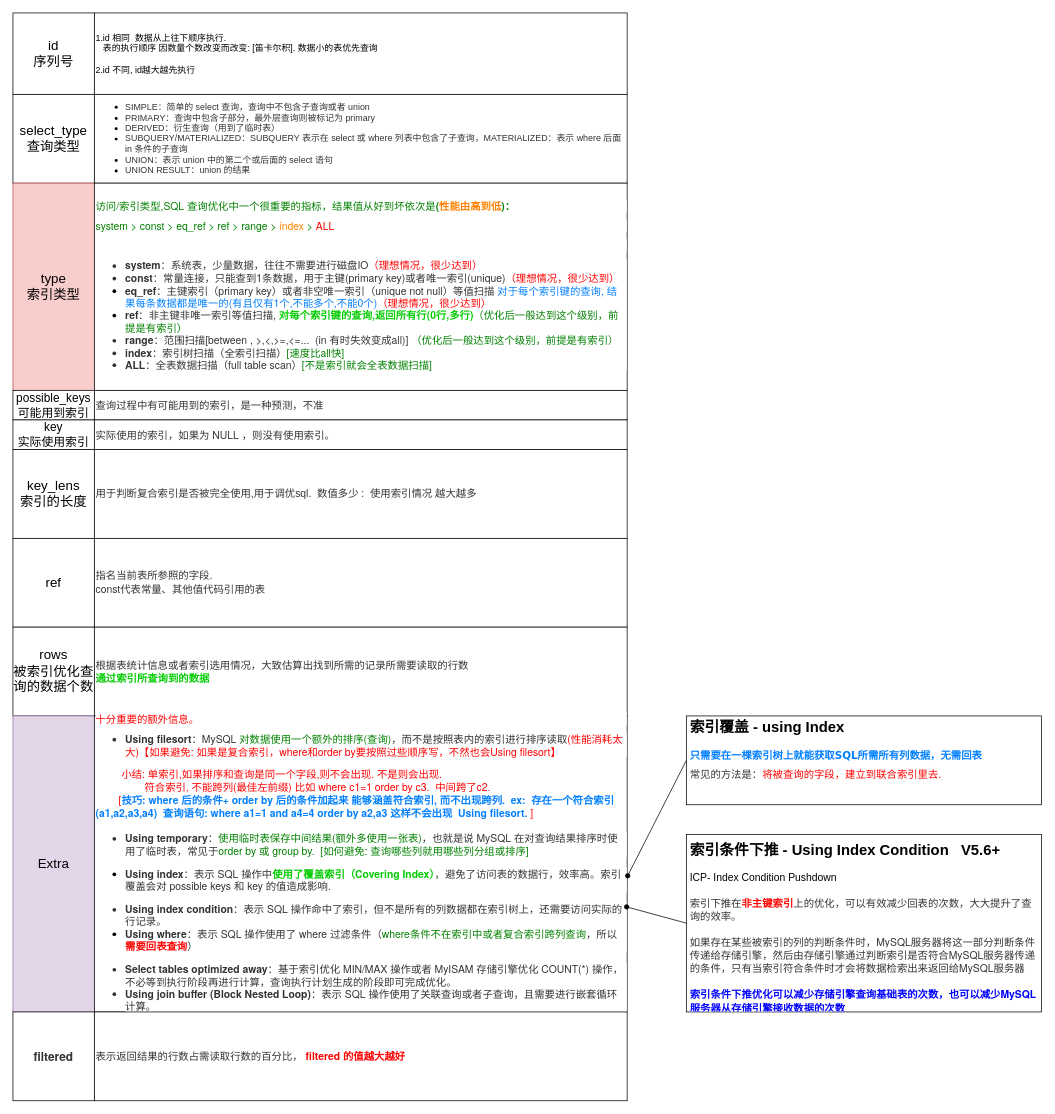
bayern01kahn/Tech_Diagrams keeps this draw.io diagram as page "执行计划" (4 of 5) of Mysql.drawio. Above is the earlier version. Source tidied: cells renumbered, new cells numbered last; positions are measured from the earlier drawing's top-left corner, leaving out a move shared by most shapes. Both pictures are drawn from the tidied source at 74%, with x=0, y=0 at pixel (13, 13).
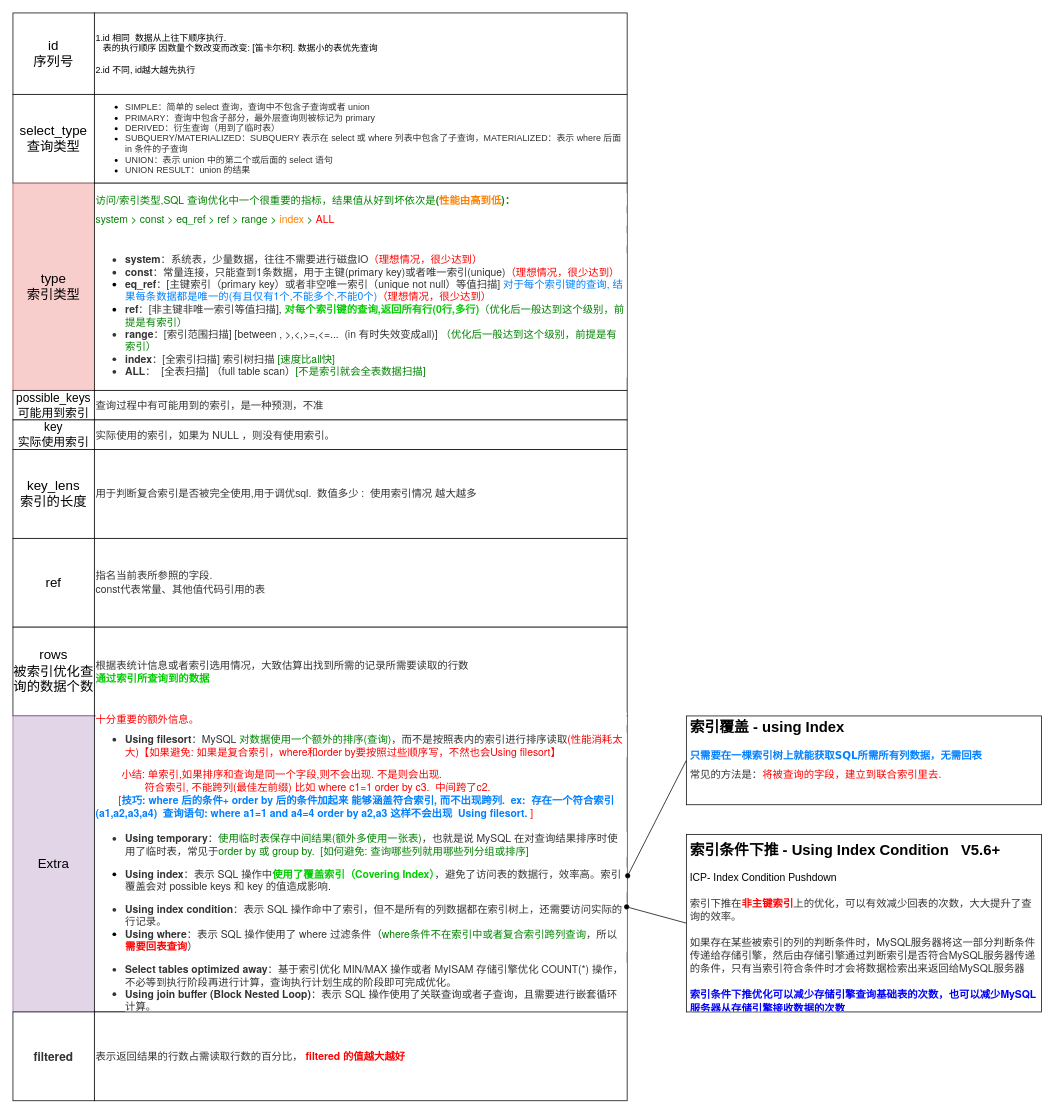
Above is the later version.

Diff of the diagram source:
```diff
@@
-    <mxCell id="7" value="&lt;div style=&quot;font-size: 14px&quot;&gt;&lt;p style=&quot;margin: 10px auto ; padding: 0px ; font-family: &amp;#34;pingfang sc&amp;#34; , &amp;#34;microsoft yahei&amp;#34; , &amp;#34;helvetica neue&amp;#34; , &amp;#34;helvetica&amp;#34; , &amp;#34;arial&amp;#34; , sans-serif ; background-color: rgb(255 , 255 , 255)&quot;&gt;&lt;span style=&quot;margin: 0px ; padding: 0px&quot;&gt;&lt;font color=&quot;#008000&quot;&gt;访问/索引类型,SQL 查询优化中一个很重要的指标，结果值从好到坏依次是&lt;/font&gt;&lt;strong style=&quot;margin: 0px ; padding: 0px&quot;&gt;&lt;font color=&quot;#008000&quot;&gt;(&lt;/font&gt;&lt;font color=&quot;#ff8000&quot;&gt;性能由高到低&lt;/font&gt;&lt;font color=&quot;#008000&quot;&gt;)：&lt;/font&gt;&lt;/strong&gt;&lt;/span&gt;&lt;/p&gt;&lt;p style=&quot;margin: 10px auto ; padding: 0px ; font-family: &amp;#34;pingfang sc&amp;#34; , &amp;#34;microsoft yahei&amp;#34; , &amp;#34;helvetica neue&amp;#34; , &amp;#34;helvetica&amp;#34; , &amp;#34;arial&amp;#34; , sans-serif ; background-color: rgb(255 , 255 , 255)&quot;&gt;&lt;span style=&quot;color: rgb(0 , 128 , 0) ; margin: 0px ; padding: 0px&quot;&gt;system &amp;gt; const &amp;gt; eq_ref &amp;gt; ref &amp;gt; range &amp;gt; &lt;/span&gt;&lt;span style=&quot;margin: 0px ; padding: 0px&quot;&gt;&lt;font color=&quot;#ff8000&quot;&gt;index&lt;/font&gt;&lt;/span&gt;&lt;span style=&quot;color: rgb(0 , 128 , 0) ; margin: 0px ; padding: 0px&quot;&gt; &amp;gt; &lt;/span&gt;&lt;span style=&quot;margin: 0px ; padding: 0px&quot;&gt;&lt;font color=&quot;#ff0000&quot;&gt;ALL&lt;/font&gt;&lt;/span&gt;&lt;/p&gt;&lt;p style=&quot;margin: 10px auto ; padding: 0px ; color: rgb(51 , 51 , 51) ; font-family: &amp;#34;pingfang sc&amp;#34; , &amp;#34;microsoft yahei&amp;#34; , &amp;#34;helvetica neue&amp;#34; , &amp;#34;helvetica&amp;#34; , &amp;#34;arial&amp;#34; , sans-serif ; background-color: rgb(255 , 255 , 255)&quot;&gt;&lt;span style=&quot;margin: 0px ; padding: 0px ; color: rgb(0 , 128 , 0)&quot;&gt;&lt;br&gt;&lt;/span&gt;&lt;/p&gt;&lt;ul style=&quot;margin: 0px 0px 1em 40px ; padding: 0px ; font-family: &amp;#34;pingfang sc&amp;#34; , &amp;#34;microsoft yahei&amp;#34; , &amp;#34;helvetica neue&amp;#34; , &amp;#34;helvetica&amp;#34; , &amp;#34;arial&amp;#34; , sans-serif ; background-color: rgb(255 , 255 , 255)&quot;&gt;&lt;li style=&quot;color: rgb(51 , 51 , 51) ; margin: 0px ; padding: 0px ; list-style-type: disc&quot;&gt;&lt;strong style=&quot;margin: 0px ; padding: 0px&quot;&gt;system&lt;/strong&gt;：系统表，少量数据，往往不需要进行磁盘IO&lt;span style=&quot;margin: 0px ; padding: 0px ; color: rgb(255 , 0 , 0)&quot;&gt;（理想情况，很少达到）&lt;/span&gt;&lt;/li&gt;&lt;li style=&quot;color: rgb(51 , 51 , 51) ; margin: 0px ; padding: 0px ; list-style-type: disc&quot;&gt;&lt;strong style=&quot;margin: 0px ; padding: 0px&quot;&gt;const&lt;/strong&gt;：常量连接，只能查到1条数据，用于主键(primary key)或者唯一索引(unique)&lt;span style=&quot;margin: 0px ; padding: 0px ; color: rgb(255 , 0 , 0)&quot;&gt;（理想情况，很少达到）&lt;/span&gt;&lt;/li&gt;&lt;li style=&quot;margin: 0px ; padding: 0px ; list-style-type: disc&quot;&gt;&lt;strong style=&quot;color: rgb(51 , 51 , 51) ; margin: 0px ; padding: 0px&quot;&gt;eq_ref&lt;/strong&gt;&lt;font color=&quot;#333333&quot;&gt;：主键索引（primary key）或者非空唯一索引（unique not null）等值扫描 &lt;/font&gt;&lt;font color=&quot;#007fff&quot;&gt;对于每个索引键的查询, 结果每条数据都是唯一的(有且仅有1个,不能多个,不能0个)&lt;/font&gt;&lt;span style=&quot;color: rgb(255 , 0 , 0) ; margin: 0px ; padding: 0px&quot;&gt;（理想情况，很少达到）&lt;/span&gt;&lt;/li&gt;&lt;li style=&quot;margin: 0px ; padding: 0px ; list-style-type: disc&quot;&gt;&lt;strong style=&quot;color: rgb(51 , 51 , 51) ; margin: 0px ; padding: 0px&quot;&gt;ref&lt;/strong&gt;&lt;font color=&quot;#333333&quot;&gt;：非主键非唯一索引等值扫描, &lt;/font&gt;&lt;b&gt;&lt;font color=&quot;#00cc00&quot;&gt;对每个索引键的查询,返回所有行(0行,多行)&lt;/font&gt;&lt;/b&gt;&lt;span style=&quot;color: rgb(0 , 128 , 0) ; margin: 0px ; padding: 0px&quot;&gt;（优化后一般达到这个级别，前提是有索引）&lt;/span&gt;&lt;/li&gt;&lt;li style=&quot;color: rgb(51 , 51 , 51) ; margin: 0px ; padding: 0px ; list-style-type: disc&quot;&gt;&lt;strong style=&quot;margin: 0px ; padding: 0px&quot;&gt;range&lt;/strong&gt;：范围扫描[between , &amp;gt;,&amp;lt;,&amp;gt;=,&amp;lt;=...&amp;nbsp; (in 有时失效变成all)] &lt;span style=&quot;margin: 0px ; padding: 0px ; color: rgb(0 , 128 , 0)&quot;&gt;（优化后一般达到这个级别，前提是有索引）&lt;/span&gt;&lt;/li&gt;&lt;li style=&quot;color: rgb(51 , 51 , 51) ; margin: 0px ; padding: 0px ; list-style-type: disc&quot;&gt;&lt;strong style=&quot;margin: 0px ; padding: 0px&quot;&gt;index&lt;/strong&gt;：索引树扫描（全索引扫描）&lt;span style=&quot;margin: 0px ; padding: 0px ; color: rgb(0 , 128 , 0)&quot;&gt;[速度比all快]&lt;/span&gt;&lt;/li&gt;&lt;li style=&quot;color: rgb(51 , 51 , 51) ; margin: 0px ; padding: 0px ; list-style-type: disc&quot;&gt;&lt;strong style=&quot;margin: 0px ; padding: 0px&quot;&gt;ALL&lt;/strong&gt;：全表数据扫描（full table scan）&lt;span style=&quot;margin: 0px ; padding: 0px ; color: rgb(0 , 128 , 0)&quot;&gt;[不是索引就会全表数据扫描]&lt;/span&gt;&lt;/li&gt;&lt;/ul&gt;&lt;/div&gt;" style="rounded=0;whiteSpace=wrap;html=1;align=left;" parent="1" vertex="1">
+    <mxCell id="7" value="&lt;div style=&quot;font-size: 14px&quot;&gt;&lt;p style=&quot;margin: 10px auto ; padding: 0px ; font-family: &amp;#34;pingfang sc&amp;#34; , &amp;#34;microsoft yahei&amp;#34; , &amp;#34;helvetica neue&amp;#34; , &amp;#34;helvetica&amp;#34; , &amp;#34;arial&amp;#34; , sans-serif ; background-color: rgb(255 , 255 , 255)&quot;&gt;&lt;span style=&quot;margin: 0px ; padding: 0px&quot;&gt;&lt;font color=&quot;#008000&quot;&gt;访问/索引类型,SQL 查询优化中一个很重要的指标，结果值从好到坏依次是&lt;/font&gt;&lt;strong style=&quot;margin: 0px ; padding: 0px&quot;&gt;&lt;font color=&quot;#008000&quot;&gt;(&lt;/font&gt;&lt;font color=&quot;#ff8000&quot;&gt;性能由高到低&lt;/font&gt;&lt;font color=&quot;#008000&quot;&gt;)：&lt;/font&gt;&lt;/strong&gt;&lt;/span&gt;&lt;/p&gt;&lt;p style=&quot;margin: 10px auto ; padding: 0px ; font-family: &amp;#34;pingfang sc&amp;#34; , &amp;#34;microsoft yahei&amp;#34; , &amp;#34;helvetica neue&amp;#34; , &amp;#34;helvetica&amp;#34; , &amp;#34;arial&amp;#34; , sans-serif ; background-color: rgb(255 , 255 , 255)&quot;&gt;&lt;span style=&quot;color: rgb(0 , 128 , 0) ; margin: 0px ; padding: 0px&quot;&gt;system &amp;gt; const &amp;gt; eq_ref &amp;gt; ref &amp;gt; range &amp;gt; &lt;/span&gt;&lt;span style=&quot;margin: 0px ; padding: 0px&quot;&gt;&lt;font color=&quot;#ff8000&quot;&gt;index&lt;/font&gt;&lt;/span&gt;&lt;span style=&quot;color: rgb(0 , 128 , 0) ; margin: 0px ; padding: 0px&quot;&gt; &amp;gt; &lt;/span&gt;&lt;span style=&quot;margin: 0px ; padding: 0px&quot;&gt;&lt;font color=&quot;#ff0000&quot;&gt;ALL&lt;/font&gt;&lt;/span&gt;&lt;/p&gt;&lt;p style=&quot;margin: 10px auto ; padding: 0px ; color: rgb(51 , 51 , 51) ; font-family: &amp;#34;pingfang sc&amp;#34; , &amp;#34;microsoft yahei&amp;#34; , &amp;#34;helvetica neue&amp;#34; , &amp;#34;helvetica&amp;#34; , &amp;#34;arial&amp;#34; , sans-serif ; background-color: rgb(255 , 255 , 255)&quot;&gt;&lt;span style=&quot;margin: 0px ; padding: 0px ; color: rgb(0 , 128 , 0)&quot;&gt;&lt;br&gt;&lt;/span&gt;&lt;/p&gt;&lt;ul style=&quot;margin: 0px 0px 1em 40px ; padding: 0px ; font-family: &amp;#34;pingfang sc&amp;#34; , &amp;#34;microsoft yahei&amp;#34; , &amp;#34;helvetica neue&amp;#34; , &amp;#34;helvetica&amp;#34; , &amp;#34;arial&amp;#34; , sans-serif ; background-color: rgb(255 , 255 , 255)&quot;&gt;&lt;li style=&quot;color: rgb(51 , 51 , 51) ; margin: 0px ; padding: 0px ; list-style-type: disc&quot;&gt;&lt;strong style=&quot;margin: 0px ; padding: 0px&quot;&gt;system&lt;/strong&gt;：系统表，少量数据，往往不需要进行磁盘IO&lt;span style=&quot;margin: 0px ; padding: 0px ; color: rgb(255 , 0 , 0)&quot;&gt;（理想情况，很少达到）&lt;/span&gt;&lt;/li&gt;&lt;li style=&quot;color: rgb(51 , 51 , 51) ; margin: 0px ; padding: 0px ; list-style-type: disc&quot;&gt;&lt;strong style=&quot;margin: 0px ; padding: 0px&quot;&gt;const&lt;/strong&gt;：常量连接，只能查到1条数据，用于主键(primary key)或者唯一索引(unique)&lt;span style=&quot;margin: 0px ; padding: 0px ; color: rgb(255 , 0 , 0)&quot;&gt;（理想情况，很少达到）&lt;/span&gt;&lt;/li&gt;&lt;li style=&quot;margin: 0px ; padding: 0px ; list-style-type: disc&quot;&gt;&lt;strong style=&quot;color: rgb(51 , 51 , 51) ; margin: 0px ; padding: 0px&quot;&gt;eq_ref&lt;/strong&gt;&lt;font color=&quot;#333333&quot;&gt;：[主键索引（primary key）或者非空唯一索引（unique not null）等值扫描]&amp;nbsp;&lt;/font&gt;&lt;font color=&quot;#007fff&quot;&gt;对于每个索引键的查询, 结果每条数据都是唯一的(有且仅有1个,不能多个,不能0个)&lt;/font&gt;&lt;span style=&quot;color: rgb(255 , 0 , 0) ; margin: 0px ; padding: 0px&quot;&gt;（理想情况，很少达到）&lt;/span&gt;&lt;/li&gt;&lt;li style=&quot;margin: 0px ; padding: 0px ; list-style-type: disc&quot;&gt;&lt;strong style=&quot;color: rgb(51 , 51 , 51) ; margin: 0px ; padding: 0px&quot;&gt;ref&lt;/strong&gt;&lt;font color=&quot;#333333&quot;&gt;：[非主键非唯一索引等值扫描], &lt;/font&gt;&lt;b&gt;&lt;font color=&quot;#00cc00&quot;&gt;对每个索引键的查询,返回所有行(0行,多行)&lt;/font&gt;&lt;/b&gt;&lt;span style=&quot;color: rgb(0 , 128 , 0) ; margin: 0px ; padding: 0px&quot;&gt;（优化后一般达到这个级别，前提是有索引）&lt;/span&gt;&lt;/li&gt;&lt;li style=&quot;color: rgb(51 , 51 , 51) ; margin: 0px ; padding: 0px ; list-style-type: disc&quot;&gt;&lt;strong style=&quot;margin: 0px ; padding: 0px&quot;&gt;range&lt;/strong&gt;：[索引范围扫描] [between , &amp;gt;,&amp;lt;,&amp;gt;=,&amp;lt;=...&amp;nbsp; (in 有时失效变成all)] &lt;span style=&quot;margin: 0px ; padding: 0px ; color: rgb(0 , 128 , 0)&quot;&gt;（优化后一般达到这个级别，前提是有索引）&lt;/span&gt;&lt;/li&gt;&lt;li style=&quot;color: rgb(51 , 51 , 51) ; margin: 0px ; padding: 0px ; list-style-type: disc&quot;&gt;&lt;strong style=&quot;margin: 0px ; padding: 0px&quot;&gt;index&lt;/strong&gt;：[全索引扫描] 索引树扫描&amp;nbsp;&lt;span style=&quot;margin: 0px ; padding: 0px ; color: rgb(0 , 128 , 0)&quot;&gt;[速度比all快]&lt;/span&gt;&lt;/li&gt;&lt;li style=&quot;color: rgb(51 , 51 , 51) ; margin: 0px ; padding: 0px ; list-style-type: disc&quot;&gt;&lt;strong style=&quot;margin: 0px ; padding: 0px&quot;&gt;ALL&lt;/strong&gt;：&amp;nbsp; [全表扫描] （full table scan）&lt;span style=&quot;margin: 0px ; padding: 0px ; color: rgb(0 , 128 , 0)&quot;&gt;[不是索引就会全表数据扫描]&lt;/span&gt;&lt;/li&gt;&lt;/ul&gt;&lt;/div&gt;" style="rounded=0;whiteSpace=wrap;html=1;align=left;" parent="1" vertex="1">
       <mxGeometry x="110" y="230" width="720" height="280" as="geometry" />
     </mxCell>
```
